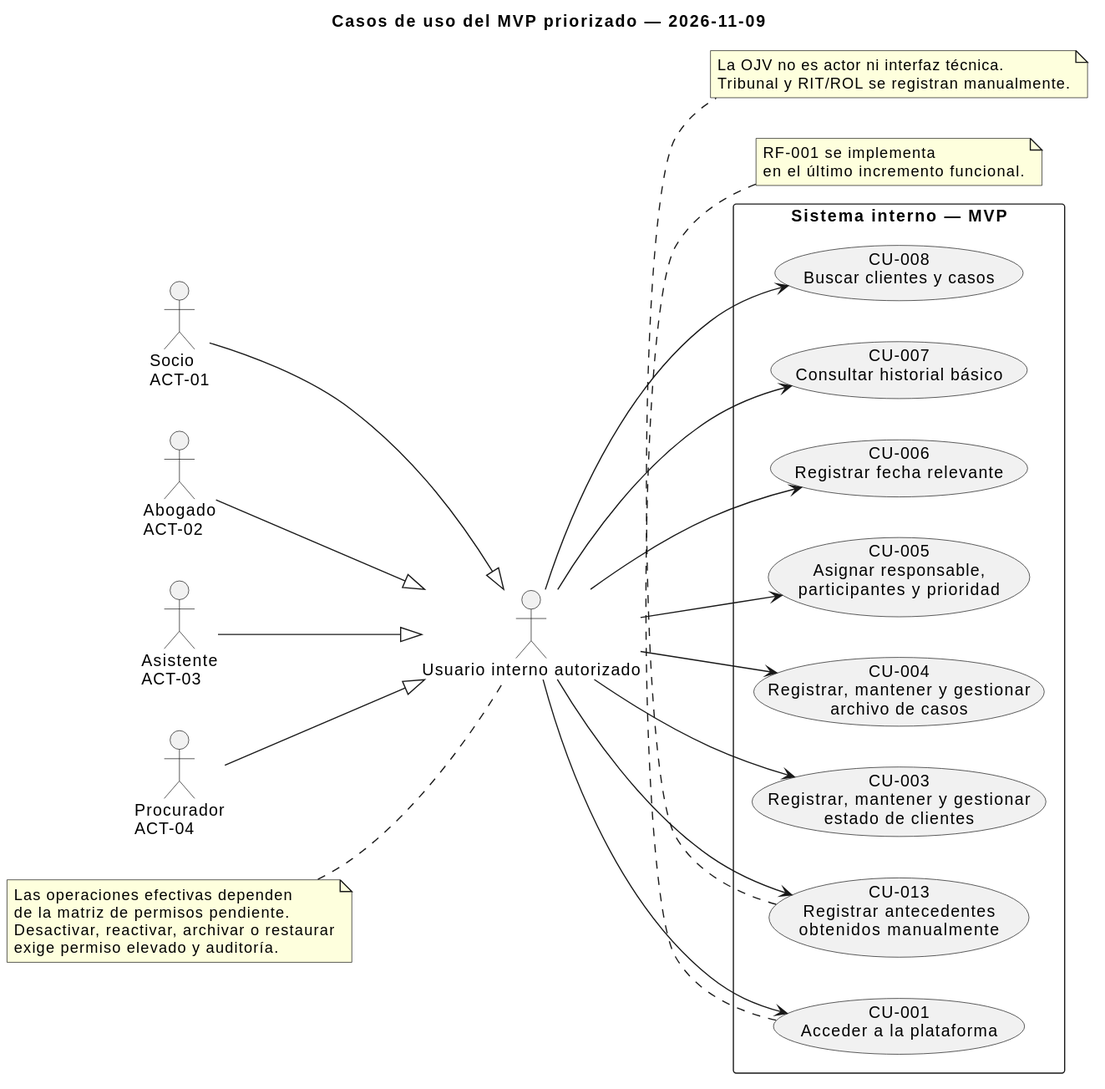
The PlantUML diagram docs/diagrams/rendered/mvp-use-cases.svg in DerSarco/sistema-gestion-casos-juridicos, before a commit.
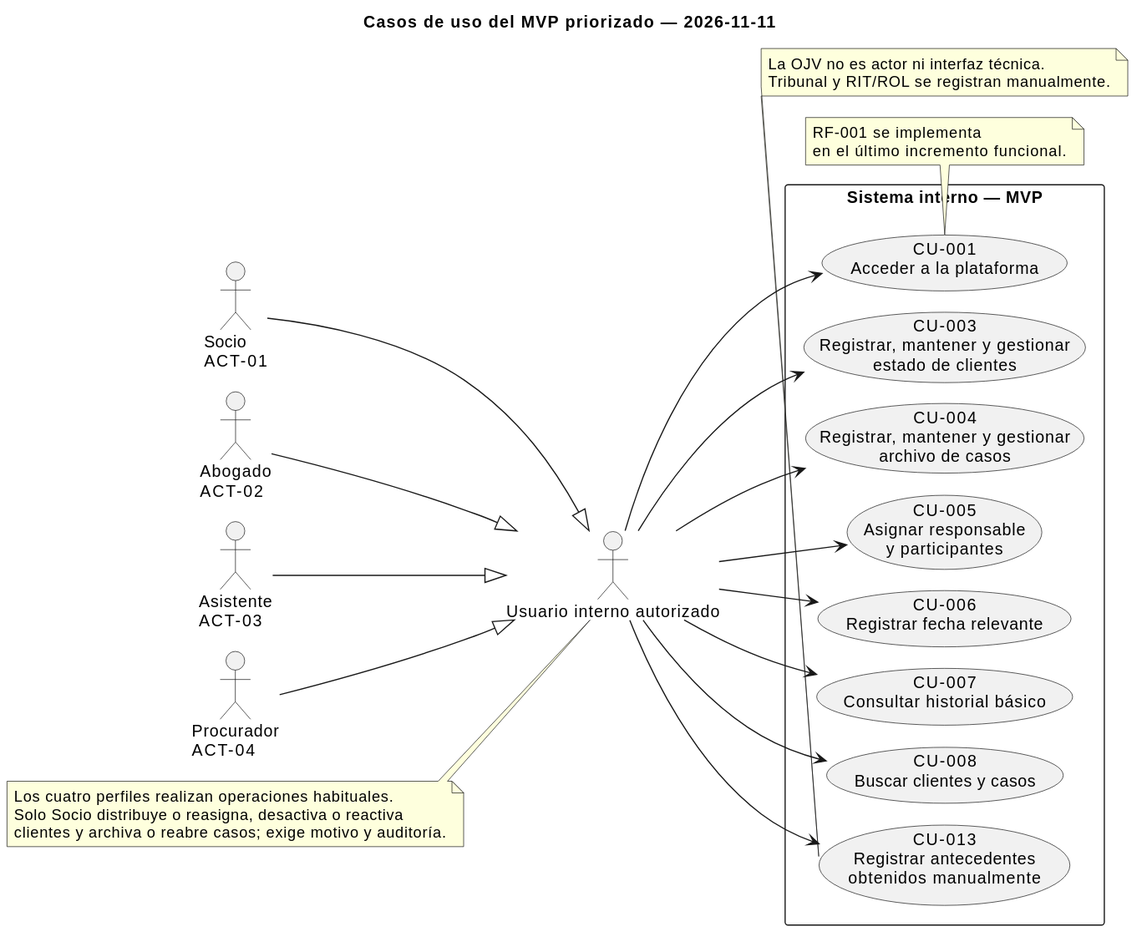
The same diagram one commit later.

Change to the diagram source:
```diff
@@ -3,7 +3,7 @@
 skinparam shadowing false
 skinparam packageStyle rectangle
 left to right direction
-title Casos de uso del MVP priorizado — 2026-11-09
+title Casos de uso del MVP priorizado — 2026-11-11
 
 actor "Socio\nACT-01" as Partner
 actor "Abogado\nACT-02" as Lawyer
@@ -20,7 +20,7 @@
   usecase "CU-001\nAcceder a la plataforma" as CU001
   usecase "CU-003\nRegistrar, mantener y gestionar\nestado de clientes" as CU003
   usecase "CU-004\nRegistrar, mantener y gestionar\narchivo de casos" as CU004
-  usecase "CU-005\nAsignar responsable,\nparticipantes y prioridad" as CU005
+  usecase "CU-005\nAsignar responsable\ny participantes" as CU005
   usecase "CU-006\nRegistrar fecha relevante" as CU006
   usecase "CU-007\nConsultar historial básico" as CU007
   usecase "CU-008\nBuscar clientes y casos" as CU008
@@ -46,9 +46,8 @@
 end note
 
 note left of User
-  Las operaciones efectivas dependen
-  de la matriz de permisos pendiente.
-  Desactivar, reactivar, archivar o restaurar
-  exige permiso elevado y auditoría.
+  Los cuatro perfiles realizan operaciones habituales.
+  Solo Socio distribuye o reasigna, desactiva o reactiva
+  clientes y archiva o reabre casos; exige motivo y auditoría.
 end note
 @enduml
```
